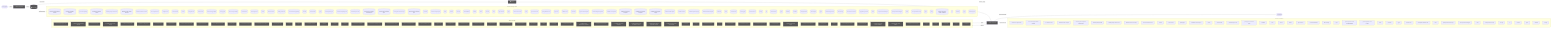
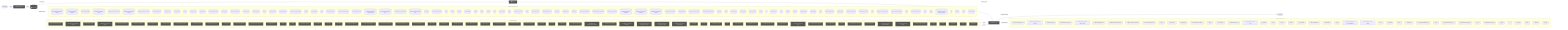
flowchart LR
  UserQ(["👤 User Query"])
  Embed["📐 Embedding Model"]
  VecDB[("📚 Vector Store")]
  Retriever["🔍 Retriever"]
  LLMNode["🧠 LLM / Generator"]
  Output(["✅ Response"])
  UserQ -->|query| Embed
  Embed -->|vector| VecDB
  VecDB -->|top-k chunks| Retriever
  Retriever -->|context + query| LLMNode
  LLMNode -->|generated answer| Output
  subgraph DetectedMemory["Detected memory stores"]
    det_detectedmemory_check_steering_feedback_contract_80134459[("check-steering-feedback-contract")]
    det_detectedmemory_normalize_workflow_contracts_8701f1c8[("normalize-workflow-contracts")]
    det_detectedmemory_sync_codex_preflight_7e7a8dc2[("sync-codex-preflight")]
    det_detectedmemory_test_harness_upgrade_matrix_84113c4e[("test-harness-upgrade-matrix")]
    det_detectedmemory_validate_prompt_context_drift_8c949ef6[("validate-prompt-context-drift")]
    det_detectedmemory_validate_runtime_packet_schemas_bc3ba8ec[("validate-runtime-packet-schemas")]
    det_detectedmemory_validate_workflow_contracts_33dc063c[("validate-workflow-contracts")]
    det_detectedmemory_branch_protect_core_a8feb0fd[("branch-protect-core")]
    det_detectedmemory_ci_migrate_core_7005b5af[("ci-migrate-core")]
    det_detectedmemory_context_health_80bb7da9[("context-health")]
    det_detectedmemory_context_ea7792a2[("context")]
    det_detectedmemory_docs_gate_core_eb9b6c18[("docs-gate-core")]
    det_detectedmemory_index_context_de3ed39d[("index-context")]
    det_detectedmemory_local_memory_preflight_dcc36c42[("local-memory-preflight")]
    det_detectedmemory_memory_gate_a577a506[("memory-gate")]
    det_detectedmemory_pattern_scope_siblings_43abe000[("pattern-scope-siblings")]
    det_detectedmemory_review_context_ca6cf81d[("review-context")]
    det_detectedmemory_review_gate_core_4c8001f9[("review-gate-core")]
    det_detectedmemory_search_24193290[("search")]
    det_detectedmemory_session_context_e5ec72c0[("session-context")]
    det_detectedmemory_tooling_audit_core_328d6a41[("tooling-audit-core")]
    det_detectedmemory_run_local_memory_preflight_36e92808[("run-local-memory-preflight")]
    det_detectedmemory_checker_d2d2328e[("checker")]
    det_detectedmemory_context_health_1_ceb11829[("context-health")]
    det_detectedmemory_types_2_d9bc6e7a[("types")]
    det_detectedmemory_branch_protect_sync_570adb18[("branch-protect-sync")]
    det_detectedmemory_command_capability_rules_ca3f496a[("command-capability-rules")]
    det_detectedmemory_command_specs_core_1c0ffc99[("command-specs-core")]
    det_detectedmemory_local_memory_preflight_command_spec_9e23f3ce[("local-memory-preflight-command-spec")]
    det_detectedmemory_memory_gate_command_spec_dc9001a9[("memory-gate-command-spec")]
    det_detectedmemory_review_gate_command_spec_3187376a[("review-gate-command-spec")]
    det_detectedmemory_session_context_command_spec_973afbb1[("session-context-command-spec")]
    det_detectedmemory_constants_7517017f[("constants")]
    det_detectedmemory_context_compact_policy_3dcaf95d[("context-compact-policy")]
    det_detectedmemory_index_2_10143590[("index")]
    det_detectedmemory_indexer_70fa78e5[("indexer")]
    det_detectedmemory_init_error_5c7dd49f[("init-error")]
    det_detectedmemory_lexical_fallback_723e2b3e[("lexical-fallback")]
    det_detectedmemory_ollama_76e3c7bf[("ollama")]
    det_detectedmemory_rollout_a4fa034c[("rollout")]
    det_detectedmemory_sources_878a52fc[("sources")]
    det_detectedmemory_store_824d80d7[("store")]
    det_detectedmemory_sync_contract_c79fa191[("sync-contract")]
    det_detectedmemory_types_7_2f1ed65e[("types")]
    det_detectedmemory_harness_run_context_ac7c77a9[("harness-run-context")]
    det_detectedmemory_index_3_7e40d474[("index")]
    det_detectedmemory_json_schema_core_96d7e328[("json-schema-core")]
    det_detectedmemory_policy_validators_core_714a3fe7[("policy-validators-core")]
    det_detectedmemory_types_core_e405ddca[("types-core")]
    det_detectedmemory_validator_core_4358f8ba[("validator-core")]
    det_detectedmemory_init_modes_c05ceb07[("init-modes")]
    det_detectedmemory_project_brain_templates_7ef51530[("project-brain-templates")]
    det_detectedmemory_scaffold_diagram_templates_dd88e83c[("scaffold-diagram-templates")]
    det_detectedmemory_scaffold_doc_templates_f6152330[("scaffold-doc-templates")]
    det_detectedmemory_scaffold_environment_templates_c1ceba6a[("scaffold-environment-templates")]
    det_detectedmemory_scaffold_root_command_templates_404fed7f[("scaffold-root-command-templates")]
    det_detectedmemory_scaffold_script_template_registry_69312d4e[("scaffold-script-template-registry")]
    det_detectedmemory_scaffold_shell_templates_0ad0f915[("scaffold-shell-templates")]
    det_detectedmemory_scaffold_surfaces_12d6494e[("scaffold-surfaces")]
    det_detectedmemory_scaffold_template_registry_b1cce2aa[("scaffold-template-registry")]
    det_detectedmemory_scaffold_workflow_template_92310587[("scaffold-workflow-template")]
    det_detectedmemory_eval_seed_5699fd3e[("eval-seed")]
    det_detectedmemory_index_9_32dd4d91[("index")]
    det_detectedmemory_review_context_1_e3afed15[("review-context")]
    det_detectedmemory_memory_gate_1_265164ac[("memory-gate")]
    det_detectedmemory_branch_enforcer_acb749cd[("branch-enforcer")]
    det_detectedmemory_cli_args_5_09ea29f0[("cli-args")]
    det_detectedmemory_cli_6_eac72be2[("cli")]
    det_detectedmemory_metrics_tracker_98cec29c[("metrics-tracker")]
    det_detectedmemory_types_18_37582e2a[("types")]
    det_detectedmemory_validator_4_5180cf23[("validator")]
    det_detectedmemory_classifier_fe1991a9[("classifier")]
    det_detectedmemory_tooling_baseline_50ab2eeb[("tooling-baseline")]
    det_detectedmemory_claim_helpers_20dc8387[("claim-helpers")]
    det_detectedmemory_types_23_4352ee2e[("types")]
    det_detectedmemory_local_memory_smoke_1175abfc[("local-memory-smoke")]
    det_detectedmemory_local_memory_0db17ecc[("local-memory")]
    det_detectedmemory_performance_overload_c685bfcf[("performance-overload")]
    det_detectedmemory_suggestion_generator_0956f794[("suggestion-generator")]
    det_detectedmemory_index_11_ffcd5842[("index")]
    det_detectedmemory_prompt_context_drift_report_3257a95c[("prompt-context-drift-report")]
    det_detectedmemory_prompt_context_drift_types_ba6863d4[("prompt-context-drift-types")]
    det_detectedmemory_index_12_762ec91b[("index")]
    det_detectedmemory_prompt_context_receipt_17b862b2[("prompt-context-receipt")]
    det_detectedmemory_types_30_424b976c[("types")]
    det_detectedmemory_policy_1_fc4198db[("policy")]
    det_detectedmemory_runtime_card_codex_runtime_validation_d8ce9934[("runtime-card-codex-runtime-validation")]
    det_detectedmemory_cli_11_338a8415[("cli")]
    det_detectedmemory_collector_0736fd5b[("collector")]
    det_detectedmemory_types_33_16e22a82[("types")]
    det_detectedmemory_overload_guard_2748c559[("overload-guard")]
  end
  VecDB -. "implemented by" .-> DetectedMemory
  subgraph DetectedLLM["Detected LLM clients"]
    det_detectedllm_check_codex_agent_roles_5bb2e89b["check-codex-agent-roles"]
    det_detectedllm_check_steering_feedback_contract_80134459["check-steering-feedback-contract"]
    det_detectedllm_run_harness_evals_77704768["run-harness-evals"]
    det_detectedllm_validate_decision_request_2e5c325e["validate-decision-request"]
    det_detectedllm_validate_goal_completion_audit_receipt_100d252c["validate-goal-completion-audit-receipt"]
    det_detectedllm_validate_packaged_skill_5e32c890["validate-packaged-skill"]
    det_detectedllm_validate_prompt_context_drift_8c949ef6["validate-prompt-context-drift"]
    det_detectedllm_validate_reviewer_coverage_251efee3["validate-reviewer-coverage"]
    det_detectedllm_check_environment_core_2c16213f["check-environment-core"]
    det_detectedllm_context_ea7792a2["context"]
    det_detectedllm_index_context_de3ed39d["index-context"]
    det_detectedllm_prompt_gate_c5e9d207["prompt-gate"]
    det_detectedllm_remediate_runner_helpers_929fedcc["remediate-runner-helpers"]
    det_detectedllm_search_24193290["search"]
    det_detectedllm_context_health_1_ceb11829["context-health"]
    det_detectedllm_command_specs_core_1c0ffc99["command-specs-core"]
    det_detectedllm_prompt_gate_command_spec_9a941482["prompt-gate-command-spec"]
    det_detectedllm_constants_7517017f["constants"]
    det_detectedllm_index_2_10143590["index"]
    det_detectedllm_indexer_70fa78e5["indexer"]
    det_detectedllm_ollama_76e3c7bf["ollama"]
    det_detectedllm_sync_contract_c79fa191["sync-contract"]
    det_detectedllm_north_star_validators_cfc926ce["north-star-validators"]
    det_detectedllm_hilt_boundary_9b36fb15["hilt-boundary"]
    det_detectedllm_types_9_1db4641f["types"]
    det_detectedllm_goal_completion_audit_receipt_validation_9d0f4891["goal-completion-audit-receipt-validation"]
    det_detectedllm_goal_completion_audit_receipt_5e4939c3["goal-completion-audit-receipt"]
    det_detectedllm_index_4_013aa0e3["index"]
    det_detectedllm_constants_1_a84e15f0["constants"]
    det_detectedllm_types_16_0fae1112["types"]
    det_detectedllm_sensitive_text_7c11f760["sensitive-text"]
    det_detectedllm_pr_template_validator_rules_20a32d6b["pr-template-validator-rules"]
    det_detectedllm_index_11_ffcd5842["index"]
    det_detectedllm_prompt_context_drift_report_3257a95c["prompt-context-drift-report"]
    det_detectedllm_prompt_context_drift_types_ba6863d4["prompt-context-drift-types"]
    det_detectedllm_index_12_762ec91b["index"]
    det_detectedllm_prompt_context_receipt_17b862b2["prompt-context-receipt"]
    det_detectedllm_cli_args_9_9c136878["cli-args"]
    det_detectedllm_cli_10_35dc8cbd["cli"]
    det_detectedllm_sections_4697ef32["sections"]
    det_detectedllm_types_26_a5814179["types"]
    det_detectedllm_validator_6_3688adbf["validator"]
    det_detectedllm_cli_args_10_861cdd3f["cli-args"]
  end
  LLMNode -. "implemented by" .-> DetectedLLM
  subgraph DetectedTools["Agentic tool calls"]
    det_detectedtools_check_codex_agent_roles_5bb2e89b["🔧 check-codex-agent-roles"]
    det_detectedtools_check_steering_feedback_contract_80134459["🔧 check-steering-feedback-contract"]
    det_detectedtools_run_harness_evals_77704768["🔧 run-harness-evals"]
    det_detectedtools_validate_action_review_receipt_fa2f06c3["🔧 validate-action-review-receipt"]
    det_detectedtools_validate_packaged_skill_5e32c890["🔧 validate-packaged-skill"]
    det_detectedtools_validate_replay_packet_f309747e["🔧 validate-replay-packet"]
    det_detectedtools_ci_migrate_core_7005b5af["🔧 ci-migrate-core"]
    det_detectedtools_doctor_checks_5a2eb2b9["🔧 doctor-checks"]
    det_detectedtools_doctor_github_tool_checks_a53b0382["🔧 doctor-github-tool-checks"]
    det_detectedtools_doctor_tool_checks_4acac51a["🔧 doctor-tool-checks"]
    det_detectedtools_next_blocked_decisions_4140ad2b["🔧 next-blocked-decisions"]
    det_detectedtools_policy_gate_213f7313["🔧 policy-gate"]
    det_detectedtools_remediate_cli_output_cc165396["🔧 remediate-cli-output"]
    det_detectedtools_remediate_runner_helpers_929fedcc["🔧 remediate-runner-helpers"]
    det_detectedtools_review_gate_core_4c8001f9["🔧 review-gate-core"]
    det_detectedtools_index_1bc04b52["🔧 index"]
    det_detectedtools_types_1_4ecdf56e["🔧 types"]
    det_detectedtools_validation_constants_e002a0f6["🔧 validation-constants"]
    det_detectedtools_validation_98c41dcd["🔧 validation"]
    det_detectedtools_checker_d2d2328e["🔧 checker"]
    det_detectedtools_cli_args_1_6144b055["🔧 cli-args"]
    det_detectedtools_command_capabilities_a4d5c71e["🔧 command-capabilities"]
    det_detectedtools_command_capability_rules_ca3f496a["🔧 command-capability-rules"]
    det_detectedtools_linear_command_actions_e430f4f4["🔧 linear-command-actions"]
    det_detectedtools_linear_command_runner_4a740dfc["🔧 linear-command-runner"]
    det_detectedtools_policy_validators_core_714a3fe7["🔧 policy-validators-core"]
    det_detectedtools_types_core_e405ddca["🔧 types-core"]
    det_detectedtools_validator_core_4358f8ba["🔧 validator-core"]
    det_detectedtools_validator_helpers_7b927667["🔧 validator-helpers"]
    det_detectedtools_he_phase_exit_core_1148895b["🔧 he-phase-exit-core"]
    det_detectedtools_ralph_runtime_73d63c0e["🔧 ralph-runtime"]
    det_detectedtools_observed_skill_usage_ed7d5930["🔧 observed-skill-usage"]
+     det_detectedtools_feedback_loop_audit_1_c7be4304["🔧 feedback-loop-audit"]
    det_detectedtools_closure_evidence_aaa31467["🔧 closure-evidence"]
    det_detectedtools_pr_creator_dc6b1ea4["🔧 pr-creator"]
    det_detectedtools_client_948fe603["🔧 client"]
    det_detectedtools_init_output_360dce91["🔧 init-output"]
    det_detectedtools_scaffold_ci_templates_2afd6392["🔧 scaffold-ci-templates"]
    det_detectedtools_scaffold_codex_environment_templates_334fbbed["🔧 scaffold-codex-environment-templates"]
    det_detectedtools_scaffold_config_templates_4b80ce53["🔧 scaffold-config-templates"]
    det_detectedtools_scaffold_environment_templates_c1ceba6a["🔧 scaffold-environment-templates"]
    det_detectedtools_scaffold_github_actions_pr_pipeline_renderer_1ee18de5["🔧 scaffold-github-actions-pr-pipeline-renderer"]
    det_detectedtools_scaffold_github_actions_pr_pipeline_template_e2b85f62["🔧 scaffold-github-actions-pr-pipeline-template"]
    det_detectedtools_scaffold_release_private_npm_template_075499f8["🔧 scaffold-release-private-npm-template"]
    det_detectedtools_constants_1_a84e15f0["🔧 constants"]
    det_detectedtools_index_8_6f0f20ec["🔧 index"]
    det_detectedtools_validation_common_6161e48b["🔧 validation-common"]
    det_detectedtools_cli_6_eac72be2["🔧 cli"]
    det_detectedtools_metrics_tracker_98cec29c["🔧 metrics-tracker"]
    det_detectedtools_normalise_renderer_85f2e563["🔧 normalise-renderer"]
    det_detectedtools_evaluation_engine_core_e054fe49["🔧 evaluation-engine-core"]
    det_detectedtools_tooling_baseline_50ab2eeb["🔧 tooling-baseline"]
    det_detectedtools_prompt_context_drift_report_3257a95c["🔧 prompt-context-drift-report"]
    det_detectedtools_prompt_context_drift_types_ba6863d4["🔧 prompt-context-drift-types"]
    det_detectedtools_replay_packet_a1293f88["🔧 replay-packet"]
    det_detectedtools_index_13_97df39c8["🔧 index"]
    det_detectedtools_review_lifecycle_contract_e5447221["🔧 review-lifecycle-contract"]
    det_detectedtools_review_lifecycle_89afa64c["🔧 review-lifecycle"]
    det_detectedtools_runtime_card_codex_runtime_validation_d8ce9934["🔧 runtime-card-codex-runtime-validation"]
    det_detectedtools_runtime_card_codex_runtime_0655e230["🔧 runtime-card-codex-runtime"]
    det_detectedtools_runtime_evidence_bundle_d471a232["🔧 runtime-evidence-bundle"]
    det_detectedtools_types_35_93e66c64["🔧 types"]
    det_detectedtools_index_16_373c8a49["🔧 index"]
    det_detectedtools_projection_1b250ea1["🔧 projection"]
    det_detectedtools_types_37_32ccf9f9["🔧 types"]
    det_detectedtools_validation_7_c4e6d8b6["🔧 validation"]
  end
  LLMNode -->|tool use| DetectedTools
  DetectedTools -->|result| LLMNode
  classDef memNode fill:#555,color:#fff
  class VecDB,Retriever memNode
  classDef llmNode fill:#555,color:#fff
  class LLMNode,Embed llmNode
  classDef toolNode fill:#555,color:#fff
-   class det_detectedtools_check_codex_agent_roles_5bb2e89b,det_detectedtools_check_steering_feedback_contract_80134459,det_detectedtools_run_harness_evals_77704768,det_detectedtools_validate_action_review_receipt_fa2f06c3,det_detectedtools_validate_packaged_skill_5e32c890,det_detectedtools_validate_replay_packet_f309747e,det_detectedtools_ci_migrate_core_7005b5af,det_detectedtools_doctor_checks_5a2eb2b9,det_detectedtools_doctor_github_tool_checks_a53b0382,det_detectedtools_doctor_tool_checks_4acac51a,det_detectedtools_next_blocked_decisions_4140ad2b,det_detectedtools_policy_gate_213f7313,det_detectedtools_remediate_cli_output_cc165396,det_detectedtools_remediate_runner_helpers_929fedcc,det_detectedtools_review_gate_core_4c8001f9,det_detectedtools_index_1bc04b52,det_detectedtools_types_1_4ecdf56e,det_detectedtools_validation_constants_e002a0f6,det_detectedtools_validation_98c41dcd,det_detectedtools_checker_d2d2328e,det_detectedtools_cli_args_1_6144b055,det_detectedtools_command_capabilities_a4d5c71e,det_detectedtools_command_capability_rules_ca3f496a,det_detectedtools_linear_command_actions_e430f4f4,det_detectedtools_linear_command_runner_4a740dfc,det_detectedtools_policy_validators_core_714a3fe7,det_detectedtools_types_core_e405ddca,det_detectedtools_validator_core_4358f8ba,det_detectedtools_validator_helpers_7b927667,det_detectedtools_he_phase_exit_core_1148895b,det_detectedtools_ralph_runtime_73d63c0e,det_detectedtools_observed_skill_usage_ed7d5930,det_detectedtools_closure_evidence_aaa31467,det_detectedtools_pr_creator_dc6b1ea4,det_detectedtools_client_948fe603,det_detectedtools_init_output_360dce91,det_detectedtools_scaffold_ci_templates_2afd6392,det_detectedtools_scaffold_codex_environment_templates_334fbbed,det_detectedtools_scaffold_config_templates_4b80ce53,det_detectedtools_scaffold_environment_templates_c1ceba6a,det_detectedtools_scaffold_github_actions_pr_pipeline_renderer_1ee18de5,det_detectedtools_scaffold_github_actions_pr_pipeline_template_e2b85f62,det_detectedtools_scaffold_release_private_npm_template_075499f8,det_detectedtools_constants_1_a84e15f0,det_detectedtools_index_8_6f0f20ec,det_detectedtools_validation_common_6161e48b,det_detectedtools_cli_6_eac72be2,det_detectedtools_metrics_tracker_98cec29c,det_detectedtools_normalise_renderer_85f2e563,det_detectedtools_evaluation_engine_core_e054fe49,det_detectedtools_tooling_baseline_50ab2eeb,det_detectedtools_prompt_context_drift_report_3257a95c,det_detectedtools_prompt_context_drift_types_ba6863d4,det_detectedtools_replay_packet_a1293f88,det_detectedtools_index_13_97df39c8,det_detectedtools_review_lifecycle_contract_e5447221,det_detectedtools_review_lifecycle_89afa64c,det_detectedtools_runtime_card_codex_runtime_validation_d8ce9934,det_detectedtools_runtime_card_codex_runtime_0655e230,det_detectedtools_runtime_evidence_bundle_d471a232,det_detectedtools_types_35_93e66c64,det_detectedtools_index_16_373c8a49,det_detectedtools_projection_1b250ea1,det_detectedtools_types_37_32ccf9f9,det_detectedtools_validation_7_c4e6d8b6 toolNode
+   class det_detectedtools_check_codex_agent_roles_5bb2e89b,det_detectedtools_check_steering_feedback_contract_80134459,det_detectedtools_run_harness_evals_77704768,det_detectedtools_validate_action_review_receipt_fa2f06c3,det_detectedtools_validate_packaged_skill_5e32c890,det_detectedtools_validate_replay_packet_f309747e,det_detectedtools_ci_migrate_core_7005b5af,det_detectedtools_doctor_checks_5a2eb2b9,det_detectedtools_doctor_github_tool_checks_a53b0382,det_detectedtools_doctor_tool_checks_4acac51a,det_detectedtools_next_blocked_decisions_4140ad2b,det_detectedtools_policy_gate_213f7313,det_detectedtools_remediate_cli_output_cc165396,det_detectedtools_remediate_runner_helpers_929fedcc,det_detectedtools_review_gate_core_4c8001f9,det_detectedtools_index_1bc04b52,det_detectedtools_types_1_4ecdf56e,det_detectedtools_validation_constants_e002a0f6,det_detectedtools_validation_98c41dcd,det_detectedtools_checker_d2d2328e,det_detectedtools_cli_args_1_6144b055,det_detectedtools_command_capabilities_a4d5c71e,det_detectedtools_command_capability_rules_ca3f496a,det_detectedtools_linear_command_actions_e430f4f4,det_detectedtools_linear_command_runner_4a740dfc,det_detectedtools_policy_validators_core_714a3fe7,det_detectedtools_types_core_e405ddca,det_detectedtools_validator_core_4358f8ba,det_detectedtools_validator_helpers_7b927667,det_detectedtools_he_phase_exit_core_1148895b,det_detectedtools_ralph_runtime_73d63c0e,det_detectedtools_observed_skill_usage_ed7d5930,det_detectedtools_feedback_loop_audit_1_c7be4304,det_detectedtools_closure_evidence_aaa31467,det_detectedtools_pr_creator_dc6b1ea4,det_detectedtools_client_948fe603,det_detectedtools_init_output_360dce91,det_detectedtools_scaffold_ci_templates_2afd6392,det_detectedtools_scaffold_codex_environment_templates_334fbbed,det_detectedtools_scaffold_config_templates_4b80ce53,det_detectedtools_scaffold_environment_templates_c1ceba6a,det_detectedtools_scaffold_github_actions_pr_pipeline_renderer_1ee18de5,det_detectedtools_scaffold_github_actions_pr_pipeline_template_e2b85f62,det_detectedtools_scaffold_release_private_npm_template_075499f8,det_detectedtools_constants_1_a84e15f0,det_detectedtools_index_8_6f0f20ec,det_detectedtools_validation_common_6161e48b,det_detectedtools_cli_6_eac72be2,det_detectedtools_metrics_tracker_98cec29c,det_detectedtools_normalise_renderer_85f2e563,det_detectedtools_evaluation_engine_core_e054fe49,det_detectedtools_tooling_baseline_50ab2eeb,det_detectedtools_prompt_context_drift_report_3257a95c,det_detectedtools_prompt_context_drift_types_ba6863d4,det_detectedtools_replay_packet_a1293f88,det_detectedtools_index_13_97df39c8,det_detectedtools_review_lifecycle_contract_e5447221,det_detectedtools_review_lifecycle_89afa64c,det_detectedtools_runtime_card_codex_runtime_validation_d8ce9934,det_detectedtools_runtime_card_codex_runtime_0655e230,det_detectedtools_runtime_evidence_bundle_d471a232,det_detectedtools_types_35_93e66c64,det_detectedtools_index_16_373c8a49,det_detectedtools_projection_1b250ea1,det_detectedtools_types_37_32ccf9f9,det_detectedtools_validation_7_c4e6d8b6 toolNode
